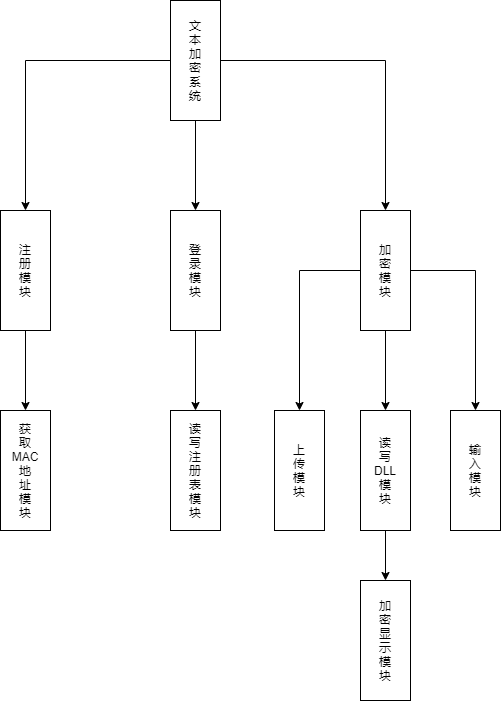
RaySunWHUT/MD5-Encryption keeps this draw.io diagram as assets/function_design.png. Above is the earlier version. Source tidied: cells renumbered, new cells last; positions are measured from the earlier drawing's top-left corner, leaving out a move shared by most shapes. Its diagram source:
```xml
<mxGraphModel>
  <root>
    <mxCell id="0" />
    <mxCell id="1" parent="0" />
    <mxCell id="2" style="edgeStyle=orthogonalEdgeStyle;rounded=0;jettySize=auto;html=1;" parent="1" edge="1" source="3" target="17">
      <mxGeometry relative="1" as="geometry" />
    </mxCell>
    <mxCell id="3" value="注&lt;br&gt;册&lt;br&gt;模&lt;br&gt;块" style="rounded=0;whiteSpace=wrap;html=1;" parent="1" vertex="1">
      <mxGeometry y="210" width="50" height="120" as="geometry" />
    </mxCell>
    <mxCell id="4" style="edgeStyle=orthogonalEdgeStyle;rounded=0;jettySize=auto;html=1;entryX=0.5;entryY=0;entryDx=0;entryDy=0;" parent="1" edge="1" source="7" target="3">
      <mxGeometry relative="1" as="geometry" />
    </mxCell>
    <mxCell id="5" style="edgeStyle=orthogonalEdgeStyle;rounded=0;jettySize=auto;html=1;" parent="1" edge="1" source="7" target="9">
      <mxGeometry relative="1" as="geometry" />
    </mxCell>
    <mxCell id="6" style="edgeStyle=orthogonalEdgeStyle;rounded=0;jettySize=auto;html=1;entryX=0.5;entryY=0;entryDx=0;entryDy=0;" parent="1" edge="1" source="7" target="13">
      <mxGeometry relative="1" as="geometry" />
    </mxCell>
    <mxCell id="7" value="文&lt;br&gt;本&lt;br&gt;加&lt;br&gt;密&lt;br&gt;系&lt;br&gt;统" style="rounded=0;whiteSpace=wrap;html=1;" parent="1" vertex="1">
      <mxGeometry x="170" width="50" height="120" as="geometry" />
    </mxCell>
    <mxCell id="8" style="edgeStyle=orthogonalEdgeStyle;rounded=0;jettySize=auto;html=1;" parent="1" edge="1" source="9" target="16">
      <mxGeometry relative="1" as="geometry" />
    </mxCell>
    <mxCell id="9" value="登&lt;br&gt;录&lt;br&gt;模&lt;br&gt;块" style="rounded=0;whiteSpace=wrap;html=1;" parent="1" vertex="1">
      <mxGeometry x="170" y="210" width="50" height="120" as="geometry" />
    </mxCell>
    <mxCell id="10" style="edgeStyle=orthogonalEdgeStyle;rounded=0;jettySize=auto;html=1;" parent="1" edge="1" source="13" target="14">
      <mxGeometry relative="1" as="geometry" />
    </mxCell>
    <mxCell id="11" style="edgeStyle=orthogonalEdgeStyle;rounded=0;jettySize=auto;html=1;entryX=0.5;entryY=0;entryDx=0;entryDy=0;" parent="1" edge="1" source="13" target="15">
      <mxGeometry relative="1" as="geometry">
        <Array as="points">
          <mxPoint x="475" y="270" />
        </Array>
      </mxGeometry>
    </mxCell>
    <mxCell id="12" style="edgeStyle=orthogonalEdgeStyle;rounded=0;jettySize=auto;html=1;entryX=0.5;entryY=0;entryDx=0;entryDy=0;" parent="1" edge="1" source="13">
      <mxGeometry relative="1" as="geometry">
        <mxPoint x="385" y="410" as="targetPoint" />
      </mxGeometry>
    </mxCell>
    <mxCell id="13" value="加&lt;br&gt;密&lt;br&gt;模&lt;br&gt;块" style="rounded=0;whiteSpace=wrap;html=1;" parent="1" vertex="1">
      <mxGeometry x="360" y="210" width="50" height="120" as="geometry" />
    </mxCell>
    <mxCell id="14" value="上&lt;br&gt;传&lt;br&gt;模&lt;br&gt;块" style="rounded=0;whiteSpace=wrap;html=1;" parent="1" vertex="1">
      <mxGeometry x="274" y="410" width="50" height="120" as="geometry" />
    </mxCell>
    <mxCell id="15" value="输&lt;br&gt;入&lt;br&gt;模&lt;br&gt;块" style="rounded=0;whiteSpace=wrap;html=1;" parent="1" vertex="1">
      <mxGeometry x="450" y="410" width="50" height="120" as="geometry" />
    </mxCell>
    <mxCell id="16" value="读&lt;br&gt;写&lt;br&gt;注&lt;br&gt;册&lt;br&gt;表&lt;br&gt;模&lt;br&gt;块" style="rounded=0;whiteSpace=wrap;html=1;" parent="1" vertex="1">
      <mxGeometry x="170" y="410" width="50" height="120" as="geometry" />
    </mxCell>
    <mxCell id="17" value="获&lt;br&gt;取&lt;br&gt;MAC&lt;br&gt;地&lt;br&gt;址&lt;br&gt;模&lt;br&gt;块" style="rounded=0;whiteSpace=wrap;html=1;" parent="1" vertex="1">
      <mxGeometry y="410" width="50" height="120" as="geometry" />
    </mxCell>
    <mxCell id="18" style="edgeStyle=orthogonalEdgeStyle;rounded=0;jettySize=auto;html=1;" parent="1" edge="1" source="19" target="20">
      <mxGeometry relative="1" as="geometry" />
    </mxCell>
    <mxCell id="19" value="读&lt;br&gt;写&lt;br&gt;DLL&lt;br&gt;模&lt;br&gt;块" style="rounded=0;whiteSpace=wrap;html=1;" parent="1" vertex="1">
      <mxGeometry x="360" y="410" width="50" height="120" as="geometry" />
    </mxCell>
    <mxCell id="20" value="加&lt;br&gt;密&lt;br&gt;显&lt;br&gt;示&lt;br&gt;模&lt;br&gt;块" style="rounded=0;whiteSpace=wrap;html=1;" parent="1" vertex="1">
      <mxGeometry x="360" y="580" width="50" height="120" as="geometry" />
    </mxCell>
  </root>
</mxGraphModel>
```
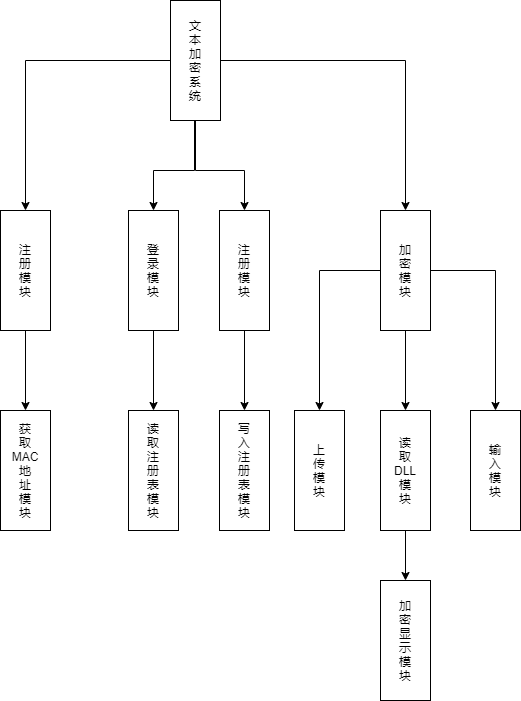
The same diagram one commit later.

What changed in the source:
```diff
@@ -11,12 +11,17 @@
     <mxCell id="4" style="edgeStyle=orthogonalEdgeStyle;rounded=0;jettySize=auto;html=1;entryX=0.5;entryY=0;entryDx=0;entryDy=0;" parent="1" edge="1" source="7" target="3">
       <mxGeometry relative="1" as="geometry" />
     </mxCell>
-    <mxCell id="5" style="edgeStyle=orthogonalEdgeStyle;rounded=0;jettySize=auto;html=1;" parent="1" edge="1" source="7" target="9">
-      <mxGeometry relative="1" as="geometry" />
-    </mxCell>
     <mxCell id="6" style="edgeStyle=orthogonalEdgeStyle;rounded=0;jettySize=auto;html=1;entryX=0.5;entryY=0;entryDx=0;entryDy=0;" parent="1" edge="1" source="7" target="13">
       <mxGeometry relative="1" as="geometry" />
     </mxCell>
+    <mxCell id="21" style="edgeStyle=orthogonalEdgeStyle;rounded=0;jettySize=auto;html=1;entryX=0.5;entryY=0;entryDx=0;entryDy=0;" parent="1" edge="1" source="7" target="23">
+      <mxGeometry relative="1" as="geometry">
+        <Array as="points">
+          <mxPoint x="195" y="170" />
+          <mxPoint x="244" y="170" />
+        </Array>
+      </mxGeometry>
+    </mxCell>
     <mxCell id="7" value="文&lt;br&gt;本&lt;br&gt;加&lt;br&gt;密&lt;br&gt;系&lt;br&gt;统" style="rounded=0;whiteSpace=wrap;html=1;" parent="1" vertex="1">
       <mxGeometry x="170" width="50" height="120" as="geometry" />
     </mxCell>
@@ -24,7 +29,7 @@
       <mxGeometry relative="1" as="geometry" />
     </mxCell>
     <mxCell id="9" value="登&lt;br&gt;录&lt;br&gt;模&lt;br&gt;块" style="rounded=0;whiteSpace=wrap;html=1;" parent="1" vertex="1">
-      <mxGeometry x="170" y="210" width="50" height="120" as="geometry" />
+      <mxGeometry x="128" y="210" width="50" height="120" as="geometry" />
     </mxCell>
     <mxCell id="10" style="edgeStyle=orthogonalEdgeStyle;rounded=0;jettySize=auto;html=1;" parent="1" edge="1" source="13" target="14">
       <mxGeometry relative="1" as="geometry" />
@@ -32,26 +37,26 @@
     <mxCell id="11" style="edgeStyle=orthogonalEdgeStyle;rounded=0;jettySize=auto;html=1;entryX=0.5;entryY=0;entryDx=0;entryDy=0;" parent="1" edge="1" source="13" target="15">
       <mxGeometry relative="1" as="geometry">
         <Array as="points">
-          <mxPoint x="475" y="270" />
+          <mxPoint x="495" y="270" />
         </Array>
       </mxGeometry>
     </mxCell>
     <mxCell id="12" style="edgeStyle=orthogonalEdgeStyle;rounded=0;jettySize=auto;html=1;entryX=0.5;entryY=0;entryDx=0;entryDy=0;" parent="1" edge="1" source="13">
       <mxGeometry relative="1" as="geometry">
-        <mxPoint x="385" y="410" as="targetPoint" />
+        <mxPoint x="405" y="410" as="targetPoint" />
       </mxGeometry>
     </mxCell>
     <mxCell id="13" value="加&lt;br&gt;密&lt;br&gt;模&lt;br&gt;块" style="rounded=0;whiteSpace=wrap;html=1;" parent="1" vertex="1">
-      <mxGeometry x="360" y="210" width="50" height="120" as="geometry" />
+      <mxGeometry x="380" y="210" width="50" height="120" as="geometry" />
     </mxCell>
     <mxCell id="14" value="上&lt;br&gt;传&lt;br&gt;模&lt;br&gt;块" style="rounded=0;whiteSpace=wrap;html=1;" parent="1" vertex="1">
-      <mxGeometry x="274" y="410" width="50" height="120" as="geometry" />
+      <mxGeometry x="294" y="410" width="50" height="120" as="geometry" />
     </mxCell>
     <mxCell id="15" value="输&lt;br&gt;入&lt;br&gt;模&lt;br&gt;块" style="rounded=0;whiteSpace=wrap;html=1;" parent="1" vertex="1">
-      <mxGeometry x="450" y="410" width="50" height="120" as="geometry" />
+      <mxGeometry x="470" y="410" width="50" height="120" as="geometry" />
     </mxCell>
-    <mxCell id="16" value="读&lt;br&gt;写&lt;br&gt;注&lt;br&gt;册&lt;br&gt;表&lt;br&gt;模&lt;br&gt;块" style="rounded=0;whiteSpace=wrap;html=1;" parent="1" vertex="1">
-      <mxGeometry x="170" y="410" width="50" height="120" as="geometry" />
+    <mxCell id="16" value="读&lt;br&gt;取&lt;br&gt;注&lt;br&gt;册&lt;br&gt;表&lt;br&gt;模&lt;br&gt;块" style="rounded=0;whiteSpace=wrap;html=1;" parent="1" vertex="1">
+      <mxGeometry x="128" y="410" width="50" height="120" as="geometry" />
     </mxCell>
     <mxCell id="17" value="获&lt;br&gt;取&lt;br&gt;MAC&lt;br&gt;地&lt;br&gt;址&lt;br&gt;模&lt;br&gt;块" style="rounded=0;whiteSpace=wrap;html=1;" parent="1" vertex="1">
       <mxGeometry y="410" width="50" height="120" as="geometry" />
@@ -59,11 +64,29 @@
     <mxCell id="18" style="edgeStyle=orthogonalEdgeStyle;rounded=0;jettySize=auto;html=1;" parent="1" edge="1" source="19" target="20">
       <mxGeometry relative="1" as="geometry" />
     </mxCell>
-    <mxCell id="19" value="读&lt;br&gt;写&lt;br&gt;DLL&lt;br&gt;模&lt;br&gt;块" style="rounded=0;whiteSpace=wrap;html=1;" parent="1" vertex="1">
-      <mxGeometry x="360" y="410" width="50" height="120" as="geometry" />
+    <mxCell id="19" value="读&lt;br&gt;取&lt;br&gt;DLL&lt;br&gt;模&lt;br&gt;块" style="rounded=0;whiteSpace=wrap;html=1;" parent="1" vertex="1">
+      <mxGeometry x="380" y="410" width="50" height="120" as="geometry" />
     </mxCell>
     <mxCell id="20" value="加&lt;br&gt;密&lt;br&gt;显&lt;br&gt;示&lt;br&gt;模&lt;br&gt;块" style="rounded=0;whiteSpace=wrap;html=1;" parent="1" vertex="1">
-      <mxGeometry x="360" y="580" width="50" height="120" as="geometry" />
+      <mxGeometry x="380" y="580" width="50" height="120" as="geometry" />
     </mxCell>
+    <mxCell id="22" style="edgeStyle=orthogonalEdgeStyle;rounded=0;jettySize=auto;html=1;" parent="1" edge="1" source="23" target="24">
+      <mxGeometry relative="1" as="geometry" />
+    </mxCell>
+    <mxCell id="23" value="注&lt;br&gt;册&lt;br&gt;模&lt;br&gt;块" style="rounded=0;whiteSpace=wrap;html=1;" parent="1" vertex="1">
+      <mxGeometry x="219" y="210" width="50" height="120" as="geometry" />
+    </mxCell>
+    <mxCell id="24" value="写&lt;br&gt;入&lt;br&gt;注&lt;br&gt;册&lt;br&gt;表&lt;br&gt;模&lt;br&gt;块" style="rounded=0;whiteSpace=wrap;html=1;" parent="1" vertex="1">
+      <mxGeometry x="219" y="410" width="50" height="120" as="geometry" />
+    </mxCell>
+    <mxCell id="5" style="edgeStyle=orthogonalEdgeStyle;rounded=0;jettySize=auto;html=1;exitX=0.5;exitY=1;exitDx=0;exitDy=0;entryX=0.5;entryY=0;entryDx=0;entryDy=0;" parent="1" edge="1" source="7" target="9">
+      <mxGeometry relative="1" as="geometry">
+        <Array as="points">
+          <mxPoint x="194" y="120" />
+          <mxPoint x="194" y="170" />
+          <mxPoint x="153" y="170" />
+        </Array>
+      </mxGeometry>
+    </mxCell>
   </root>
 </mxGraphModel>
```
